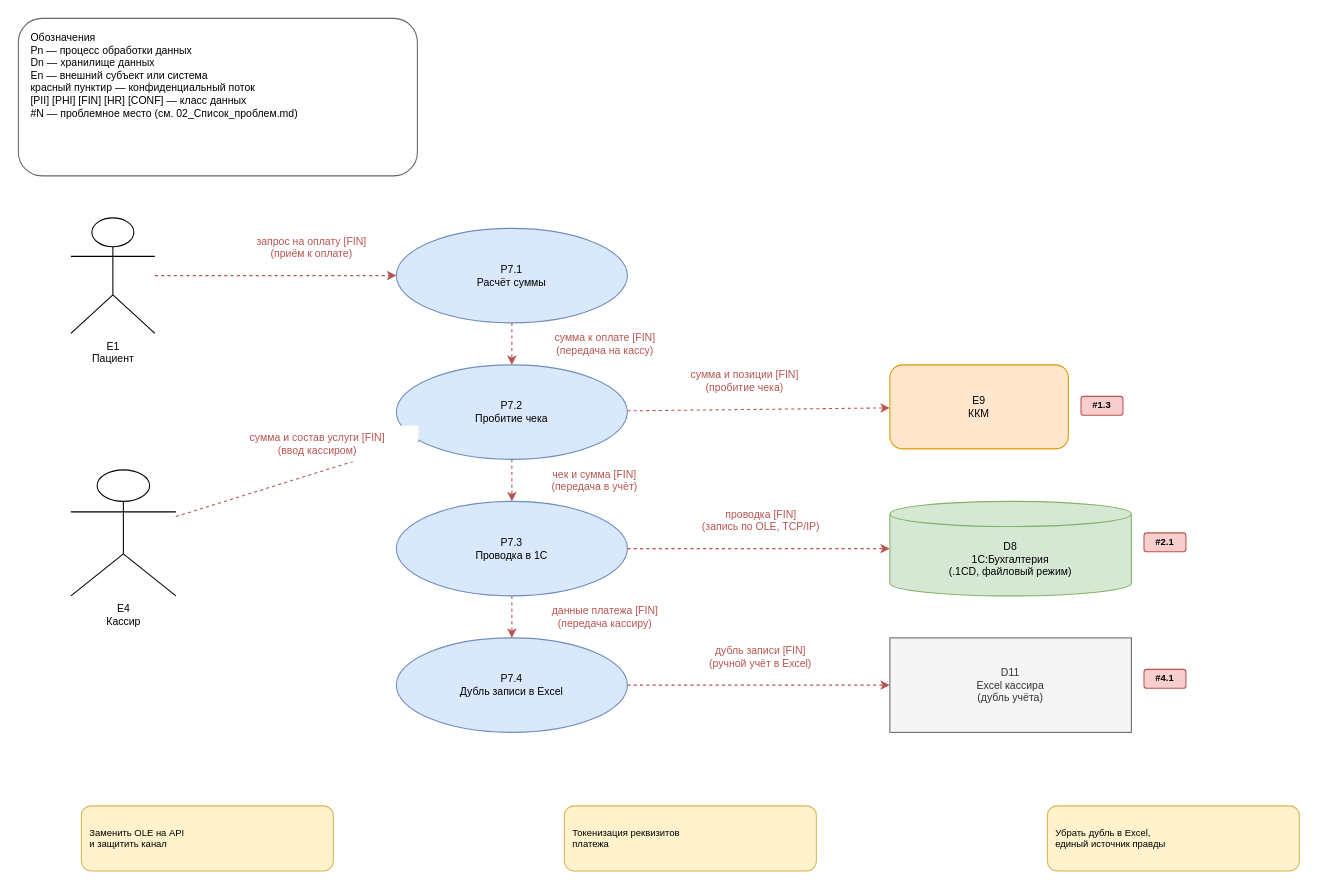
Above: Task1/DFD_TO-BE/DFD_7L2_Оплата (декомпозиция)_TO-BE.drawio in IlyaLivingstone/architecture-medikamente (draw.io), before the change. Source tidied: cells renumbered, new cells numbered last; positions are measured from the earlier drawing's top-left corner, leaving out a move shared by most shapes. Both pictures are drawn from the tidied source at 105%, with x=0, y=0 at pixel (18, 18).
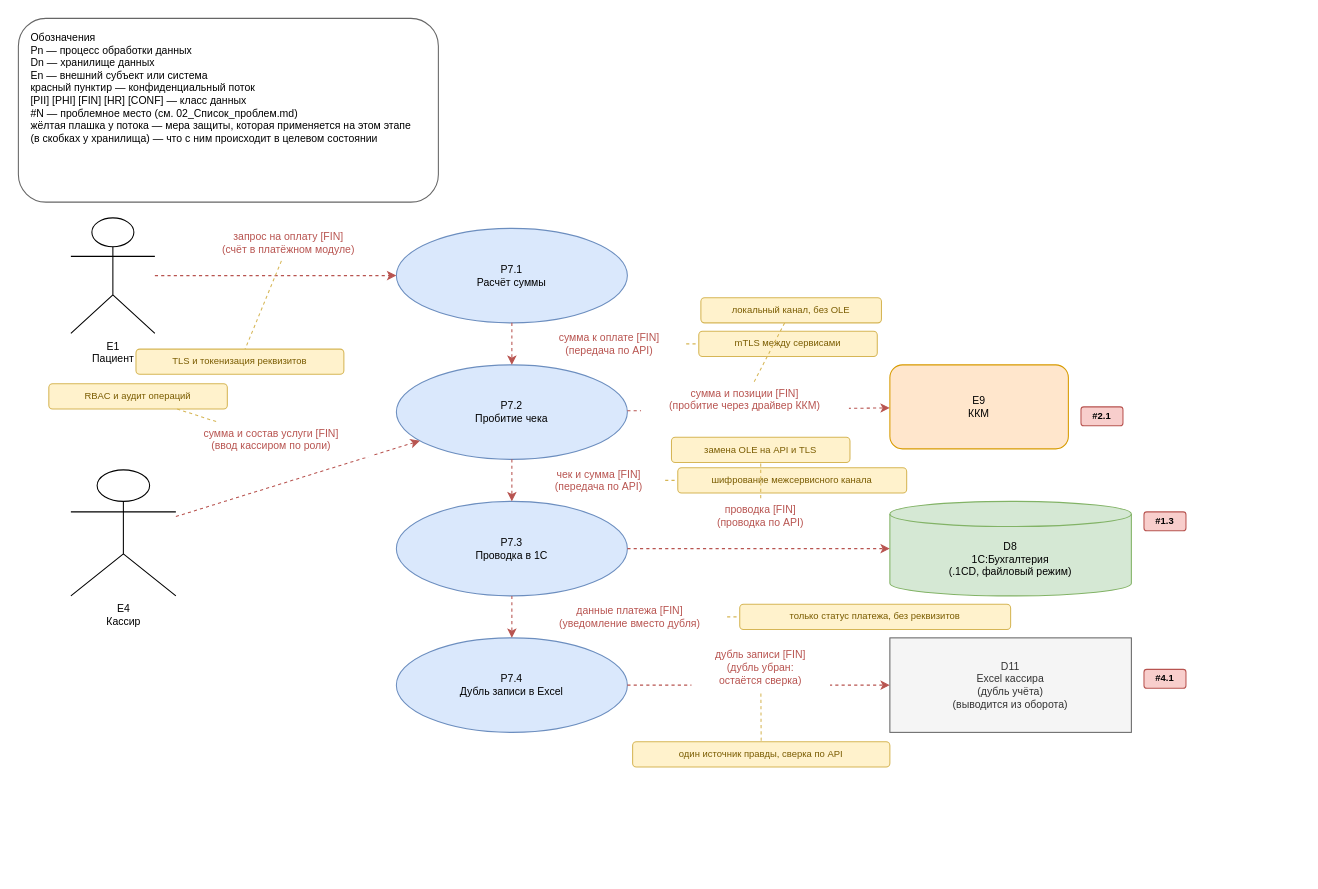
After the change.

What changed in the source:
```diff
@@
-    <mxCell id="10" value="D11&lt;br&gt;Excel кассира&lt;br&gt;(дубль учёта)" style="rounded=0;whiteSpace=wrap;html=1;fillColor=#f5f5f5;strokeColor=#666666;fontColor=#333333;fontSize=10;" parent="1" vertex="1">
+    <mxCell id="10" value="D11&lt;br&gt;Excel кассира&lt;br&gt;(дубль учёта)&lt;br&gt;(выводится из оборота)" style="rounded=0;whiteSpace=wrap;html=1;fillColor=#f5f5f5;strokeColor=#666666;fontColor=#333333;fontSize=10;" parent="1" vertex="1">
       <mxGeometry x="830" y="590" width="230" height="90" as="geometry" />
     </mxCell>
@@
-    <mxCell id="12" value="запрос на оплату [FIN]&lt;br&gt;(приём к оплате)" style="rounded=0;whiteSpace=wrap;html=1;align=center;verticalAlign=middle;fillColor=#ffffff;strokeColor=none;fontSize=10;fontColor=#b85450;" parent="1" vertex="1">
-      <mxGeometry x="200" y="201" width="159" height="34" as="geometry" />
+    <mxCell id="12" value="запрос на оплату [FIN]&lt;br&gt;(счёт в платёжном модуле)" style="rounded=0;whiteSpace=wrap;html=1;align=center;verticalAlign=middle;fillColor=#ffffff;strokeColor=none;fontSize=10;fontColor=#b85450;" parent="1" vertex="1">
+      <mxGeometry x="168" y="197" width="179" height="34" as="geometry" />
     </mxCell>
+    <mxCell id="34" value="TLS и токенизация реквизитов" style="rounded=1;whiteSpace=wrap;html=1;fontSize=9;fillColor=#fff2cc;strokeColor=#d6b656;fontColor=#7a5c00;align=center;verticalAlign=middle;spacingLeft=4;spacingRight=4;" parent="1" vertex="1">
+      <mxGeometry x="112" y="315" width="198" height="24" as="geometry" />
+    </mxCell>
+    <mxCell id="35" style="html=1;endArrow=none;rounded=0;dashed=1;strokeColor=#d6b656;strokeWidth=1;" parent="1" edge="1" source="12" target="34">
+      <mxGeometry relative="1" as="geometry" />
+    </mxCell>
@@
-    <mxCell id="14" value="сумма и состав услуги [FIN]&lt;br&gt;(ввод кассиром)" style="rounded=0;whiteSpace=wrap;html=1;align=center;verticalAlign=middle;fillColor=#ffffff;strokeColor=none;fontSize=10;fontColor=#b85450;" parent="1" vertex="1">
-      <mxGeometry x="189" y="388" width="192" height="34" as="geometry" />
+    <mxCell id="14" value="сумма и состав услуги [FIN]&lt;br&gt;(ввод кассиром по роли)" style="rounded=0;whiteSpace=wrap;html=1;align=center;verticalAlign=middle;fillColor=#ffffff;strokeColor=none;fontSize=10;fontColor=#b85450;" parent="1" vertex="1">
+      <mxGeometry x="145" y="384" width="192" height="34" as="geometry" />
     </mxCell>
+    <mxCell id="36" value="RBAC и аудит операций" style="rounded=1;whiteSpace=wrap;html=1;fontSize=9;fillColor=#fff2cc;strokeColor=#d6b656;fontColor=#7a5c00;align=center;verticalAlign=middle;spacingLeft=4;spacingRight=4;" parent="1" vertex="1">
+      <mxGeometry x="29" y="348" width="170" height="24" as="geometry" />
+    </mxCell>
+    <mxCell id="37" style="html=1;endArrow=none;rounded=0;dashed=1;strokeColor=#d6b656;strokeWidth=1;" parent="1" edge="1" source="14" target="36">
+      <mxGeometry relative="1" as="geometry" />
+    </mxCell>
@@
-    <mxCell id="16" value="сумма к оплате [FIN]&lt;br&gt;(передача на кассу)" style="rounded=0;whiteSpace=wrap;html=1;align=center;verticalAlign=middle;fillColor=#ffffff;strokeColor=none;fontSize=10;fontColor=#b85450;" parent="1" vertex="1">
-      <mxGeometry x="486" y="293" width="146" height="34" as="geometry" />
+    <mxCell id="16" value="сумма к оплате [FIN]&lt;br&gt;(передача по API)" style="rounded=0;whiteSpace=wrap;html=1;align=center;verticalAlign=middle;fillColor=#ffffff;strokeColor=none;fontSize=10;fontColor=#b85450;" parent="1" vertex="1">
+      <mxGeometry x="490" y="293" width="146" height="34" as="geometry" />
     </mxCell>
+    <mxCell id="38" value="mTLS между сервисами" style="rounded=1;whiteSpace=wrap;html=1;fontSize=9;fillColor=#fff2cc;strokeColor=#d6b656;fontColor=#7a5c00;align=center;verticalAlign=middle;spacingLeft=4;spacingRight=4;" parent="1" vertex="1">
+      <mxGeometry x="648" y="298" width="170" height="24" as="geometry" />
+    </mxCell>
+    <mxCell id="39" style="html=1;endArrow=none;rounded=0;dashed=1;strokeColor=#d6b656;strokeWidth=1;" parent="1" edge="1" source="16" target="38">
+      <mxGeometry relative="1" as="geometry" />
+    </mxCell>
@@
-    <mxCell id="18" value="сумма и позиции [FIN]&lt;br&gt;(пробитие чека)" style="rounded=0;whiteSpace=wrap;html=1;align=center;verticalAlign=middle;fillColor=#ffffff;strokeColor=none;fontSize=10;fontColor=#b85450;" parent="1" vertex="1">
-      <mxGeometry x="616" y="328" width="152" height="34" as="geometry" />
+    <mxCell id="18" value="сумма и позиции [FIN]&lt;br&gt;(пробитие через драйвер ККМ)" style="rounded=0;whiteSpace=wrap;html=1;align=center;verticalAlign=middle;fillColor=#ffffff;strokeColor=none;fontSize=10;fontColor=#b85450;" parent="1" vertex="1">
+      <mxGeometry x="593" y="346" width="198" height="34" as="geometry" />
     </mxCell>
+    <mxCell id="40" value="локальный канал, без OLE" style="rounded=1;whiteSpace=wrap;html=1;fontSize=9;fillColor=#fff2cc;strokeColor=#d6b656;fontColor=#7a5c00;align=center;verticalAlign=middle;spacingLeft=4;spacingRight=4;" parent="1" vertex="1">
+      <mxGeometry x="650" y="266" width="172" height="24" as="geometry" />
+    </mxCell>
+    <mxCell id="41" style="html=1;endArrow=none;rounded=0;dashed=1;strokeColor=#d6b656;strokeWidth=1;" parent="1" edge="1" source="18" target="40">
+      <mxGeometry relative="1" as="geometry" />
+    </mxCell>
@@
-    <mxCell id="20" value="чек и сумма [FIN]&lt;br&gt;(передача в учёт)" style="rounded=0;whiteSpace=wrap;html=1;align=center;verticalAlign=middle;fillColor=#ffffff;strokeColor=none;fontSize=10;fontColor=#b85450;" parent="1" vertex="1">
-      <mxGeometry x="486" y="423" width="126" height="34" as="geometry" />
+    <mxCell id="20" value="чек и сумма [FIN]&lt;br&gt;(передача по API)" style="rounded=0;whiteSpace=wrap;html=1;align=center;verticalAlign=middle;fillColor=#ffffff;strokeColor=none;fontSize=10;fontColor=#b85450;" parent="1" vertex="1">
+      <mxGeometry x="490" y="423" width="126" height="34" as="geometry" />
     </mxCell>
+    <mxCell id="42" value="шифрование межсервисного канала" style="rounded=1;whiteSpace=wrap;html=1;fontSize=9;fillColor=#fff2cc;strokeColor=#d6b656;fontColor=#7a5c00;align=center;verticalAlign=middle;spacingLeft=4;spacingRight=4;" parent="1" vertex="1">
+      <mxGeometry x="628" y="428" width="218" height="24" as="geometry" />
+    </mxCell>
+    <mxCell id="43" style="html=1;endArrow=none;rounded=0;dashed=1;strokeColor=#d6b656;strokeWidth=1;" parent="1" edge="1" source="20" target="42">
+      <mxGeometry relative="1" as="geometry" />
+    </mxCell>
@@
-    <mxCell id="22" value="проводка [FIN]&lt;br&gt;(запись по OLE, TCP/IP)" style="rounded=0;whiteSpace=wrap;html=1;align=center;verticalAlign=middle;fillColor=#ffffff;strokeColor=none;fontSize=10;fontColor=#b85450;" parent="1" vertex="1">
-      <mxGeometry x="625" y="461" width="165" height="34" as="geometry" />
+    <mxCell id="22" value="проводка [FIN]&lt;br&gt;(проводка по API)" style="rounded=0;whiteSpace=wrap;html=1;align=center;verticalAlign=middle;fillColor=#ffffff;strokeColor=none;fontSize=10;fontColor=#b85450;" parent="1" vertex="1">
+      <mxGeometry x="644" y="457" width="126" height="34" as="geometry" />
     </mxCell>
+    <mxCell id="44" value="замена OLE на API и TLS" style="rounded=1;whiteSpace=wrap;html=1;fontSize=9;fillColor=#fff2cc;strokeColor=#d6b656;fontColor=#7a5c00;align=center;verticalAlign=middle;spacingLeft=4;spacingRight=4;" parent="1" vertex="1">
+      <mxGeometry x="622" y="399" width="170" height="24" as="geometry" />
+    </mxCell>
+    <mxCell id="45" style="html=1;endArrow=none;rounded=0;dashed=1;strokeColor=#d6b656;strokeWidth=1;" parent="1" edge="1" source="22" target="44">
+      <mxGeometry relative="1" as="geometry" />
+    </mxCell>
@@
-    <mxCell id="24" value="данные платежа [FIN]&lt;br&gt;(передача кассиру)" style="rounded=0;whiteSpace=wrap;html=1;align=center;verticalAlign=middle;fillColor=#ffffff;strokeColor=none;fontSize=10;fontColor=#b85450;" parent="1" vertex="1">
-      <mxGeometry x="486" y="553" width="146" height="34" as="geometry" />
+    <mxCell id="24" value="данные платежа [FIN]&lt;br&gt;(уведомление вместо дубля)" style="rounded=0;whiteSpace=wrap;html=1;align=center;verticalAlign=middle;fillColor=#ffffff;strokeColor=none;fontSize=10;fontColor=#b85450;" parent="1" vertex="1">
+      <mxGeometry x="490" y="553" width="185" height="34" as="geometry" />
     </mxCell>
+    <mxCell id="46" value="только статус платежа, без реквизитов" style="rounded=1;whiteSpace=wrap;html=1;fontSize=9;fillColor=#fff2cc;strokeColor=#d6b656;fontColor=#7a5c00;align=center;verticalAlign=middle;spacingLeft=4;spacingRight=4;" parent="1" vertex="1">
+      <mxGeometry x="687" y="558" width="258" height="24" as="geometry" />
+    </mxCell>
+    <mxCell id="47" style="html=1;endArrow=none;rounded=0;dashed=1;strokeColor=#d6b656;strokeWidth=1;" parent="1" edge="1" source="24" target="46">
+      <mxGeometry relative="1" as="geometry" />
+    </mxCell>
@@
-    <mxCell id="26" value="дубль записи [FIN]&lt;br&gt;(ручной учёт в Excel)" style="rounded=0;whiteSpace=wrap;html=1;align=center;verticalAlign=middle;fillColor=#ffffff;strokeColor=none;fontSize=10;fontColor=#b85450;" parent="1" vertex="1">
-      <mxGeometry x="631" y="591" width="152" height="34" as="geometry" />
+    <mxCell id="26" value="дубль записи [FIN]&lt;br&gt;(дубль убран:&lt;br&gt;остаётся сверка)" style="rounded=0;whiteSpace=wrap;html=1;align=center;verticalAlign=middle;fillColor=#ffffff;strokeColor=none;fontSize=10;fontColor=#b85450;" parent="1" vertex="1">
+      <mxGeometry x="641" y="593" width="132" height="50" as="geometry" />
     </mxCell>
+    <mxCell id="48" value="один источник правды, сверка по API" style="rounded=1;whiteSpace=wrap;html=1;fontSize=9;fillColor=#fff2cc;strokeColor=#d6b656;fontColor=#7a5c00;align=center;verticalAlign=middle;spacingLeft=4;spacingRight=4;" parent="1" vertex="1">
+      <mxGeometry x="585" y="689" width="245" height="24" as="geometry" />
+    </mxCell>
+    <mxCell id="49" style="html=1;endArrow=none;rounded=0;dashed=1;strokeColor=#d6b656;strokeWidth=1;" parent="1" edge="1" source="26" target="48">
+      <mxGeometry relative="1" as="geometry" />
+    </mxCell>
-    <mxCell id="27" value="#2.1" style="rounded=1;whiteSpace=wrap;html=1;fontSize=9;fontStyle=1;fillColor=#f8cecc;strokeColor=#b85450;" parent="1" vertex="1">
-      <mxGeometry x="1072" y="490" width="40" height="18" as="geometry" />
+    <mxCell id="27" value="#1.3" style="rounded=1;whiteSpace=wrap;html=1;fontSize=9;fontStyle=1;fillColor=#f8cecc;strokeColor=#b85450;" parent="1" vertex="1">
+      <mxGeometry x="1072" y="470" width="40" height="18" as="geometry" />
     </mxCell>
@@
-    <mxCell id="29" value="#1.3" style="rounded=1;whiteSpace=wrap;html=1;fontSize=9;fontStyle=1;fillColor=#f8cecc;strokeColor=#b85450;" parent="1" vertex="1">
-      <mxGeometry x="1012" y="360" width="40" height="18" as="geometry" />
+    <mxCell id="29" value="#2.1" style="rounded=1;whiteSpace=wrap;html=1;fontSize=9;fontStyle=1;fillColor=#f8cecc;strokeColor=#b85450;" parent="1" vertex="1">
+      <mxGeometry x="1012" y="370" width="40" height="18" as="geometry" />
     </mxCell>
-    <mxCell id="30" value="Заменить OLE на API&lt;br&gt;и защитить канал" style="rounded=1;whiteSpace=wrap;html=1;fontSize=9;fillColor=#fff2cc;strokeColor=#d6b656;align=left;spacingLeft=6;" parent="1" vertex="1">
-      <mxGeometry x="60" y="750" width="240" height="62" as="geometry" />
-    </mxCell>
-    <mxCell id="31" value="Токенизация реквизитов&lt;br&gt;платежа" style="rounded=1;whiteSpace=wrap;html=1;fontSize=9;fillColor=#fff2cc;strokeColor=#d6b656;align=left;spacingLeft=6;" parent="1" vertex="1">
-      <mxGeometry x="520" y="750" width="240" height="62" as="geometry" />
-    </mxCell>
-    <mxCell id="32" value="Убрать дубль в Excel,&lt;br&gt;единый источник правды" style="rounded=1;whiteSpace=wrap;html=1;fontSize=9;fillColor=#fff2cc;strokeColor=#d6b656;align=left;spacingLeft=6;" parent="1" vertex="1">
-      <mxGeometry x="980" y="750" width="240" height="62" as="geometry" />
-    </mxCell>
-    <mxCell id="33" value="Обозначения&lt;br&gt;Pn — процесс обработки данных&lt;br&gt;Dn — хранилище данных&lt;br&gt;En — внешний субъект или система&lt;br&gt;красный пунктир — конфиденциальный поток&lt;br&gt;[PII] [PHI] [FIN] [HR] [CONF] — класс данных&lt;br&gt;#N — проблемное место (см. 02_Список_проблем.md)" style="rounded=1;whiteSpace=wrap;html=1;fontSize=10;fillColor=#ffffff;strokeColor=#666666;align=left;verticalAlign=top;spacingLeft=10;spacingTop=6;" parent="1" vertex="1">
-      <mxGeometry width="380" height="150" as="geometry" />
+    <mxCell id="33" value="Обозначения&lt;br&gt;Pn — процесс обработки данных&lt;br&gt;Dn — хранилище данных&lt;br&gt;En — внешний субъект или система&lt;br&gt;красный пунктир — конфиденциальный поток&lt;br&gt;[PII] [PHI] [FIN] [HR] [CONF] — класс данных&lt;br&gt;#N — проблемное место (см. 02_Список_проблем.md)&lt;br&gt;жёлтая плашка у потока — мера защиты, которая применяется на этом этапе&lt;br&gt;(в скобках у хранилища) — что с ним происходит в целевом состоянии" style="rounded=1;whiteSpace=wrap;html=1;fontSize=10;fillColor=#ffffff;strokeColor=#666666;align=left;verticalAlign=top;spacingLeft=10;spacingTop=6;" parent="1" vertex="1">
+      <mxGeometry width="400" height="175" as="geometry" />
     </mxCell>
```
